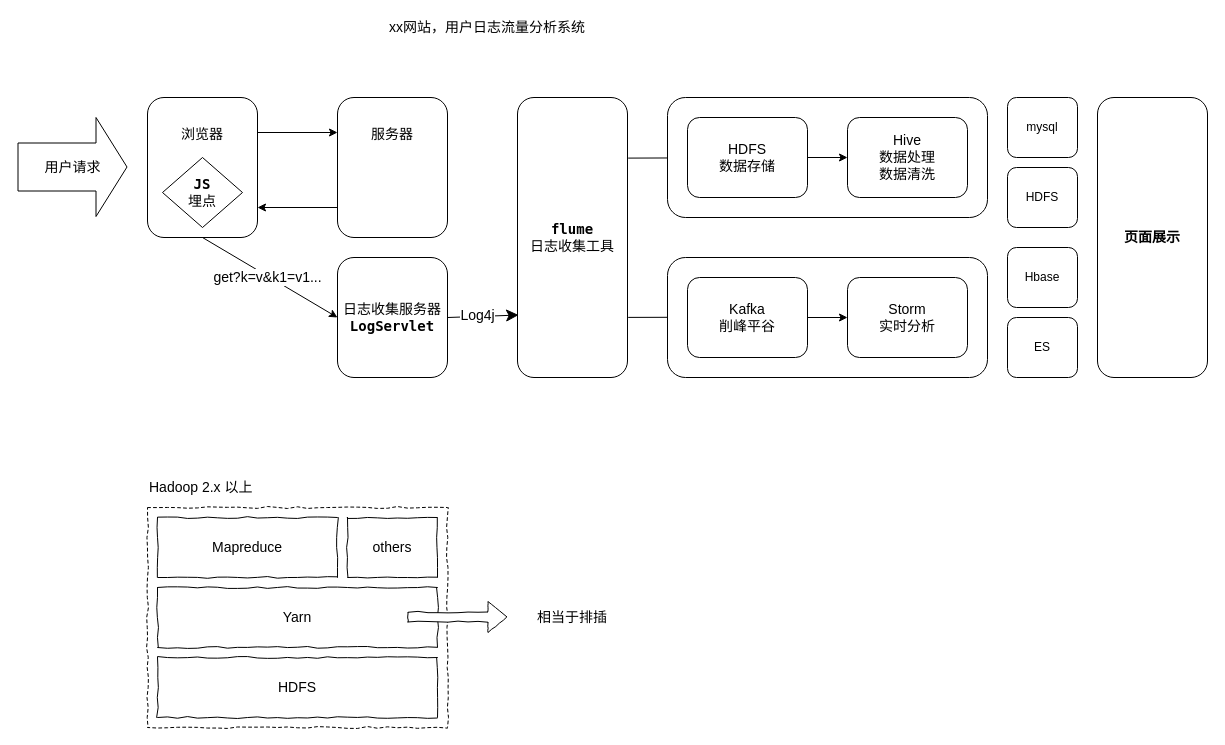
This is page "第 2 页" (2 of 3) of 未命名绘图.drawio from Mark-Lee-AK/drawio, a draw.io file, before an edit. Source tidied: cells renumbered, new cells numbered last; positions are measured from the earlier drawing's top-left corner, leaving out a move shared by most shapes. Both pictures are drawn from the tidied source at 100%, with x=0, y=0 at pixel (17, 17).
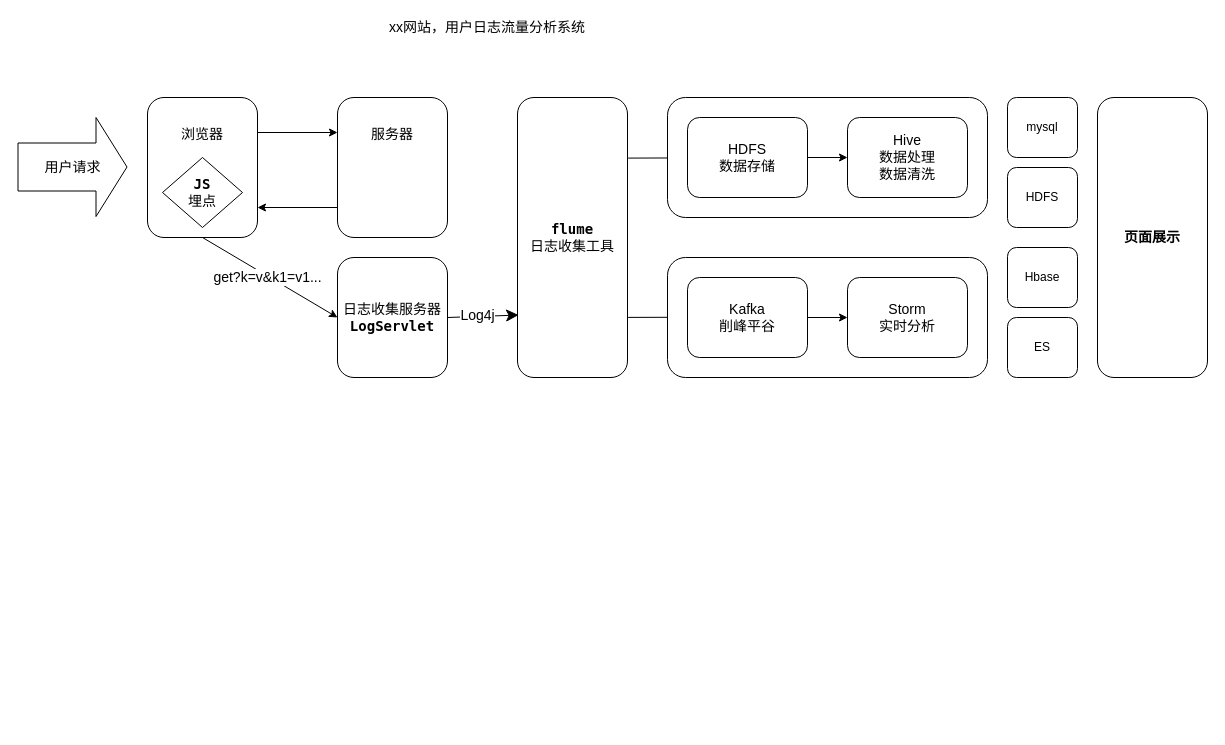
The same diagram, later.

Change to the diagram source:
```diff
@@
-    <mxCell id="23" style="rounded=0;whiteSpace=wrap;html=1;fontSize=14;dashed=1;comic=1;" parent="1" vertex="1">
-      <mxGeometry x="130" y="490" width="300" height="220" as="geometry" />
-    </mxCell>
-    <mxCell id="24" value="HDFS" style="rounded=0;whiteSpace=wrap;html=1;fontSize=14;comic=1;" parent="1" vertex="1">
-      <mxGeometry x="140" y="640" width="280" height="60" as="geometry" />
-    </mxCell>
-    <mxCell id="25" value="Yarn" style="rounded=0;whiteSpace=wrap;html=1;fontSize=14;comic=1;" parent="1" vertex="1">
-      <mxGeometry x="140" y="570" width="280" height="60" as="geometry" />
-    </mxCell>
-    <mxCell id="26" value="Mapreduce" style="rounded=0;whiteSpace=wrap;html=1;fontSize=14;comic=1;" parent="1" vertex="1">
-      <mxGeometry x="140" y="500" width="180" height="60" as="geometry" />
-    </mxCell>
-    <mxCell id="27" value="others" style="rounded=0;whiteSpace=wrap;html=1;fontSize=14;comic=1;" parent="1" vertex="1">
-      <mxGeometry x="330" y="500" width="90" height="60" as="geometry" />
-    </mxCell>
-    <mxCell id="28" value="Hadoop 2.x 以上" style="text;html=1;strokeColor=none;fillColor=none;align=left;verticalAlign=middle;whiteSpace=wrap;rounded=0;fontSize=14;comic=1;" parent="1" vertex="1">
-      <mxGeometry x="130" y="460" width="119" height="20" as="geometry" />
-    </mxCell>
-    <mxCell id="29" style="shape=flexArrow;endArrow=classic;html=1;fontSize=14;fillColor=#ffffff;comic=1;" parent="1" edge="1">
-      <mxGeometry relative="1" as="geometry">
-        <mxPoint x="390" y="599.5" as="sourcePoint" />
-        <mxPoint x="490" y="599.5" as="targetPoint" />
-      </mxGeometry>
-    </mxCell>
-    <mxCell id="30" value="相当于排插" style="text;html=1;strokeColor=none;fillColor=none;align=center;verticalAlign=middle;whiteSpace=wrap;rounded=0;fontSize=14;comic=1;" parent="1" vertex="1">
-      <mxGeometry x="510" y="585" width="90" height="30" as="geometry" />
-    </mxCell>
```
